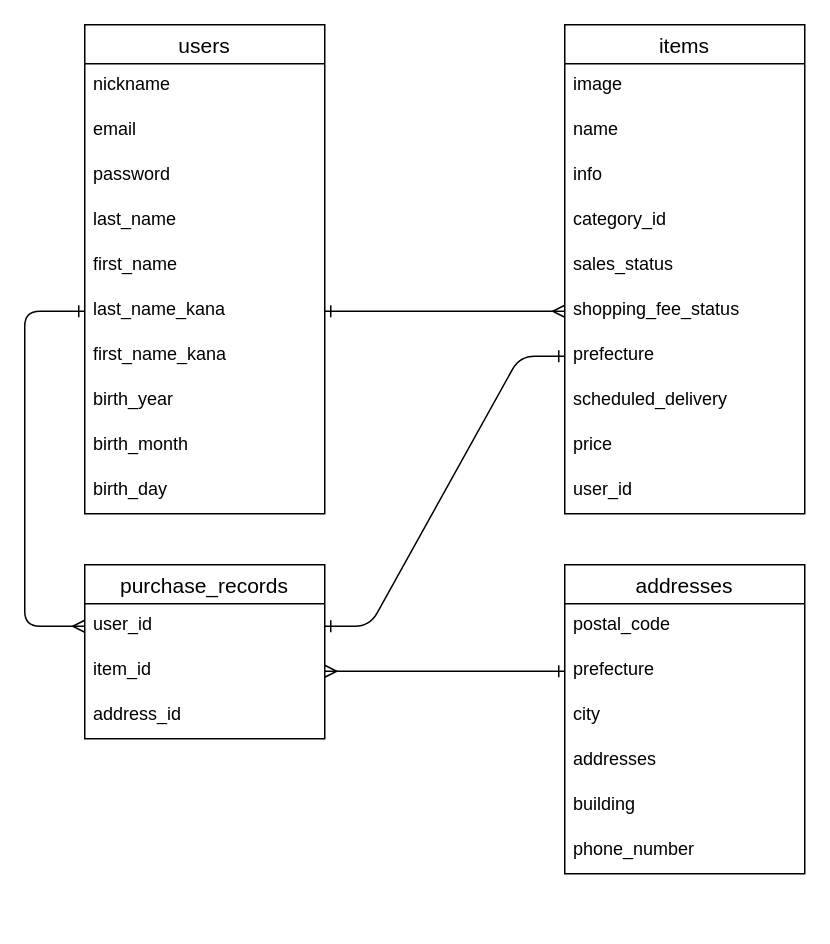
This is test.dio from KouheiNomura/furima-32481, a draw.io file, before an edit. Source tidied: cells renumbered, new cells numbered last; positions are measured from the earlier drawing's top-left corner, leaving out a move shared by most shapes. Both pictures are drawn from the tidied source at 150%, with x=0, y=0 at pixel (24, 24).
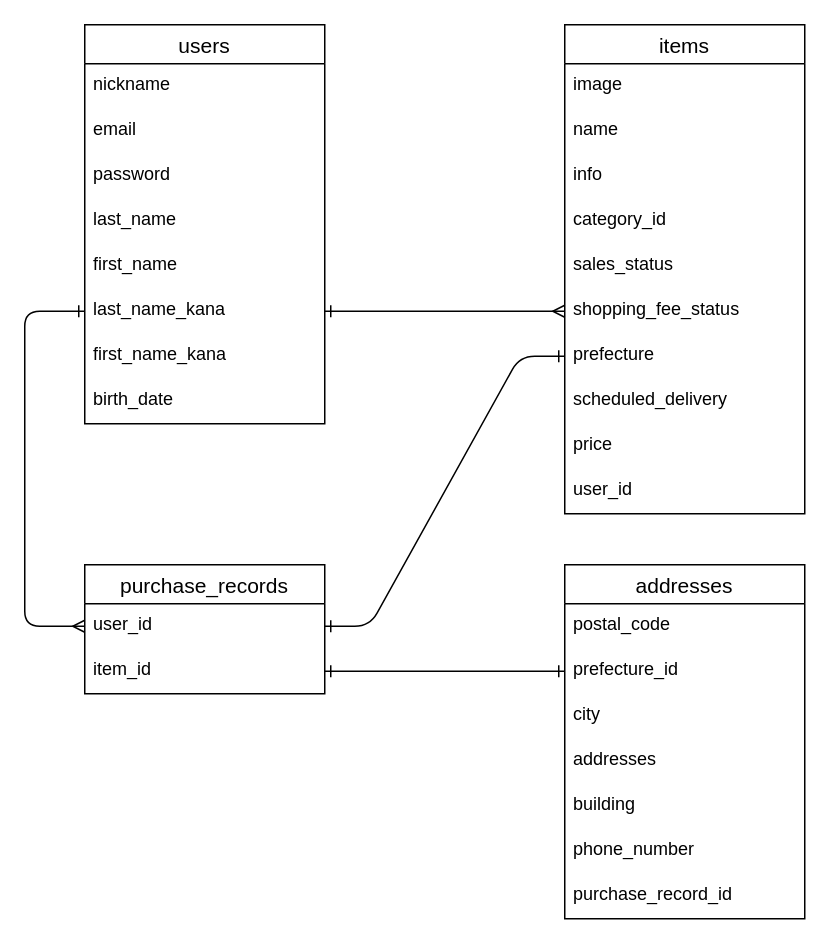
The same page after the edit.

Commit message (it also covers changes not shown here):
README.mdとER図の修正

The change refers to these unchanged cells:
```xml
<mxCell id="34" value="item_id" style="text;strokeColor=none;fillColor=none;spacingLeft=4;spacingRight=4;overflow=hidden;points=[[0,0.5],[1,0.5]];portConstraint=eastwest;fontSize=12;" parent="32" vertex="1">
  <mxGeometry y="56" width="160" height="30" as="geometry" />
</mxCell>
```

The edit, as a diff of the source:
```diff
@@
     <mxCell id="2" value="users" style="swimlane;fontStyle=0;horizontal=1;startSize=26;align=center;fontSize=14;" parent="1" vertex="1">
-      <mxGeometry x="40" width="160" height="326" as="geometry" />
+      <mxGeometry x="40" width="160" height="266" as="geometry" />
     </mxCell>
@@
-    <mxCell id="10" value="birth_year" style="text;strokeColor=none;fillColor=none;spacingLeft=4;spacingRight=4;overflow=hidden;fontSize=12;" parent="2" vertex="1">
+    <mxCell id="10" value="birth_date" style="text;strokeColor=none;fillColor=none;spacingLeft=4;spacingRight=4;overflow=hidden;fontSize=12;" parent="2" vertex="1">
       <mxGeometry y="236" width="160" height="30" as="geometry" />
     </mxCell>
-    <mxCell id="11" value="birth_month" style="text;strokeColor=none;fillColor=none;spacingLeft=4;spacingRight=4;overflow=hidden;fontSize=12;" parent="2" vertex="1">
-      <mxGeometry y="266" width="160" height="30" as="geometry" />
-    </mxCell>
-    <mxCell id="12" value="birth_day" style="text;strokeColor=none;fillColor=none;spacingLeft=4;spacingRight=4;overflow=hidden;fontSize=12;" parent="2" vertex="1">
-      <mxGeometry y="296" width="160" height="30" as="geometry" />
-    </mxCell>
@@
     <mxCell id="24" value="addresses" style="swimlane;fontStyle=0;horizontal=1;startSize=26;align=center;fontSize=14;" parent="1" vertex="1">
-      <mxGeometry x="360" y="360" width="160" height="206" as="geometry" />
+      <mxGeometry x="360" y="360" width="160" height="236" as="geometry" />
     </mxCell>
@@
-    <mxCell id="26" value="prefecture" style="text;strokeColor=none;fillColor=none;spacingLeft=4;spacingRight=4;overflow=hidden;points=[[0,0.5],[1,0.5]];portConstraint=eastwest;fontSize=12;" parent="24" vertex="1">
+    <mxCell id="26" value="prefecture_id" style="text;strokeColor=none;fillColor=none;spacingLeft=4;spacingRight=4;overflow=hidden;points=[[0,0.5],[1,0.5]];portConstraint=eastwest;fontSize=12;" parent="24" vertex="1">
       <mxGeometry y="56" width="160" height="30" as="geometry" />
     </mxCell>
@@
+    <mxCell id="39" value="purchase_record_id" style="text;strokeColor=none;fillColor=none;spacingLeft=4;spacingRight=4;overflow=hidden;fontSize=12;" parent="24" vertex="1">
+      <mxGeometry y="206" width="160" height="30" as="geometry" />
+    </mxCell>
@@
     <mxCell id="32" value="purchase_records" style="swimlane;fontStyle=0;horizontal=1;startSize=26;align=center;fontSize=14;" parent="1" vertex="1">
-      <mxGeometry x="40" y="360" width="160" height="116" as="geometry" />
+      <mxGeometry x="40" y="360" width="160" height="86" as="geometry" />
     </mxCell>
@@
-    <mxCell id="35" value="address_id" style="text;strokeColor=none;fillColor=none;spacingLeft=4;spacingRight=4;overflow=hidden;fontSize=12;" parent="32" vertex="1">
-      <mxGeometry y="86" width="160" height="30" as="geometry" />
-    </mxCell>
@@
-    <mxCell id="38" style="edgeStyle=entityRelationEdgeStyle;fontSize=12;html=1;endArrow=ERone;startArrow=ERmany;exitX=1;exitY=0.5;exitDx=0;exitDy=0;entryX=0;entryY=0.5;entryDx=0;entryDy=0;startFill=0;endFill=0;" parent="1" edge="1" source="34" target="26">
+    <mxCell id="38" style="edgeStyle=entityRelationEdgeStyle;fontSize=12;html=1;endArrow=ERone;startArrow=ERone;exitX=1;exitY=0.5;exitDx=0;exitDy=0;entryX=0;entryY=0.5;entryDx=0;entryDy=0;startFill=0;endFill=0;" parent="1" edge="1" source="34" target="26">
       <mxGeometry relative="1" as="geometry" />
     </mxCell>
```
